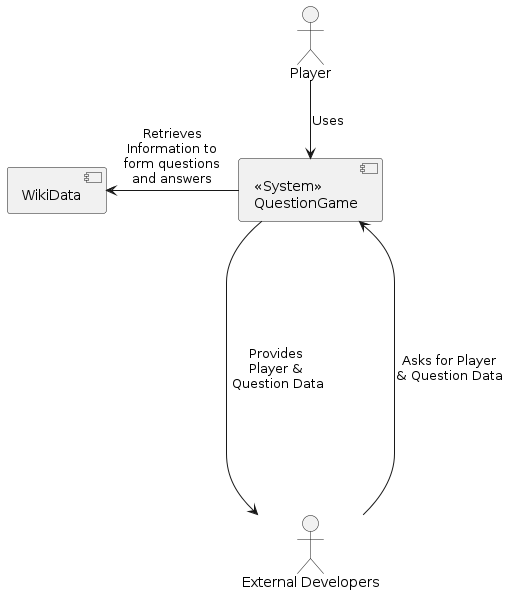
Before: images/Deployment diagram.png, a diagram exported from PlantUML (Arquisoft/wiq_es04b).
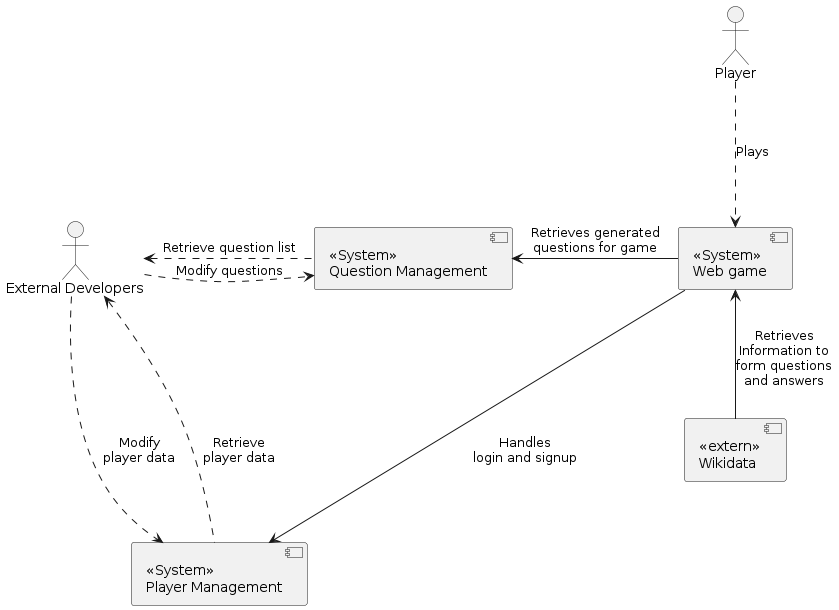
After the commit.

Change to the diagram source:
```diff
@@ -1,14 +1,32 @@
 @startuml
 actor Player as user
 actor "External Developers" as developers
-component System [
+component WebApp [
   <<System>>
-  QuestionGame
+  Web game
 ]
-component WikiData as wikidata
 
-user -down-> System : Uses
-System -left-> wikidata : Retrieves\nInformation to\nform questions\nand answers
-developers -down-> System : Asks for Player\n& Question Data
-System -----> developers : Provides\nPlayer &\n Question Data
+component PlayerService [
+  <<System>>
+  Player Management
+]
+
+component QuestionService [
+  <<System>>
+  Question Management
+]
+
+component WikiData [
+    <<extern>>
+    Wikidata
+]
+
+user ...> WebApp: Plays
+WebApp ---> PlayerService : Handles\nlogin and signup
+WebApp -left-> QuestionService : Retrieves generated\nquestions for game
+WebApp <-- WikiData : Retrieves\nInformation to\nform questions\nand answers
+developers .right.> PlayerService : Modify\nplayer data
+developers <.right. PlayerService : Retrieve\nplayer data
+developers .right.> QuestionService : Modify questions
+developers <.right. QuestionService : Retrieve question list
 @enduml
```
